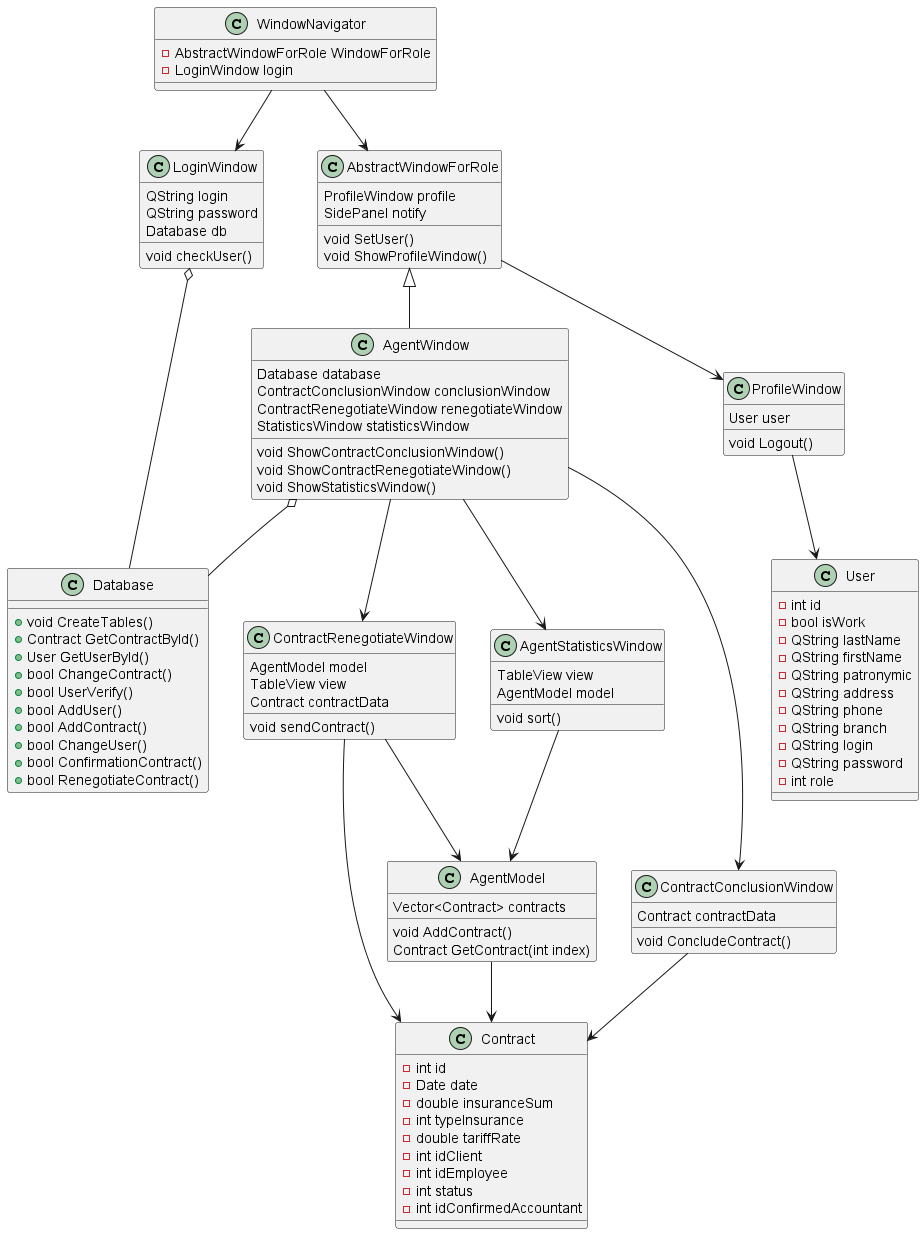
Earlier version of the PlantUML export out/Resource/Диаграмма классов/Агент.png (MiFit1/OSOGO).
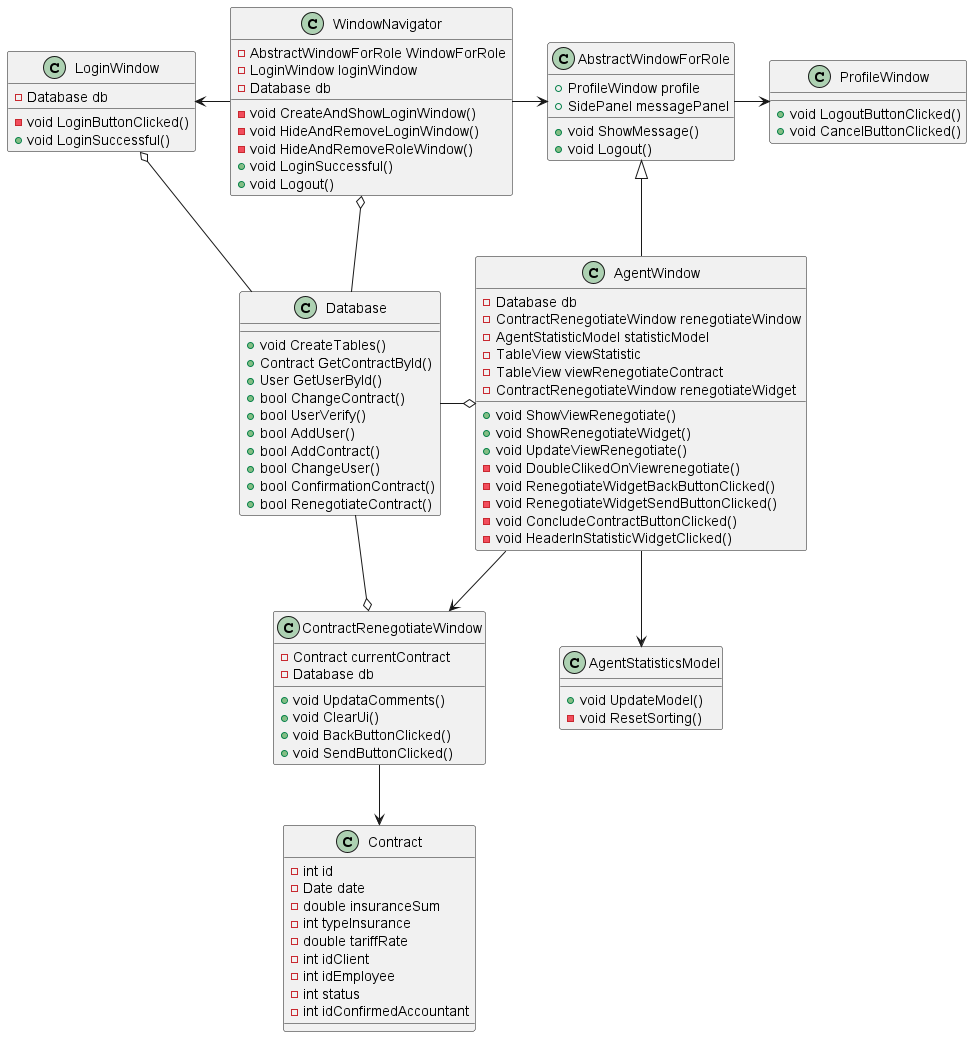
After the commit.

Change to the diagram source:
```diff
@@ -1,17 +1,4 @@
 @startuml
-class User{
-   -int id
-   -bool isWork
-   -QString lastName
-   -QString firstName
-   -QString patronymic
-   -QString address
-   -QString phone
-   -QString branch
-   -QString login
-   -QString password
-   -int role
-}
 
 class Contract{
    -int id
@@ -26,45 +13,46 @@
 }
 
 class ProfileWindow{
-   User user
-   void Logout()
+   +void LogoutButtonClicked()
+   +void CancelButtonClicked()
 }
 
 class  LoginWindow{
-   QString login
-   QString password
-   Database db
-   void checkUser()
-}
-
-class ContractConclusionWindow{
-   Contract contractData
-   void ConcludeContract()
+   -Database db
+   -void LoginButtonClicked()
+   +void LoginSuccessful()
 }
 
 class ContractRenegotiateWindow{
-   AgentModel model
-   TableView view
-   Contract contractData
-   void sendContract()
+   -Contract currentContract
+   -Database db
+   +void UpdataComments()
+   +void ClearUi()
+   +void BackButtonClicked()
+   +void SendButtonClicked()
 }
 
-class AgentStatisticsWindow{
-   TableView view
-   AgentModel model
-   void sort()
+class AgentStatisticsModel{
+   +void UpdateModel()
+   -void ResetSorting()
 }
 
 class AbstractWindowForRole{
-   ProfileWindow profile
-   SidePanel notify
-   void SetUser()
-   void ShowProfileWindow()
+   +ProfileWindow profile
+   +SidePanel messagePanel
+   +void ShowMessage()
+   +void Logout()
 }
 
 class WindowNavigator{
    -AbstractWindowForRole WindowForRole
-   -LoginWindow login
+   -LoginWindow loginWindow
+   -Database db
+   -void CreateAndShowLoginWindow()
+   -void HideAndRemoveLoginWindow()
+   -void HideAndRemoveRoleWindow()
+   +void LoginSuccessful()
+   +void Logout()
 }
 
 class Database {
@@ -80,39 +68,36 @@
    +bool RenegotiateContract()
 }
 
+
 class AgentWindow{
-   Database database
-   ContractConclusionWindow conclusionWindow
-   ContractRenegotiateWindow renegotiateWindow
-   StatisticsWindow statisticsWindow
-   void ShowContractConclusionWindow()
-   void ShowContractRenegotiateWindow()
-   void ShowStatisticsWindow()
+   -Database db
+   -ContractRenegotiateWindow renegotiateWindow
+   -AgentStatisticModel statisticModel
+   -TableView viewStatistic
+   -TableView viewRenegotiateContract
+   -ContractRenegotiateWindow renegotiateWidget
+   +void ShowViewRenegotiate()
+   +void ShowRenegotiateWidget()
+   +void UpdateViewRenegotiate()
+   -void DoubleClikedOnViewrenegotiate()
+   -void RenegotiateWidgetBackButtonClicked()
+   -void RenegotiateWidgetSendButtonClicked()
+   -void ConcludeContractButtonClicked()
+   -void HeaderInStatisticWidgetClicked()
 }
 
-class AgentModel{
-   Vector<Contract> contracts
-   void AddContract()
-   Contract GetContract(int index)
-}
 
 AbstractWindowForRole <|-- AgentWindow
-AgentWindow o-- Database
-WindowNavigator --> AbstractWindowForRole
-WindowNavigator --> LoginWindow
-AgentWindow --> ContractConclusionWindow
+AgentWindow o-l- Database
+WindowNavigator o-- Database
+WindowNavigator -r-> AbstractWindowForRole
+WindowNavigator -l-> LoginWindow
 AgentWindow --> ContractRenegotiateWindow
-AgentWindow --> AgentStatisticsWindow
-AgentStatisticsWindow --> AgentModel
-AbstractWindowForRole --> ProfileWindow
-AgentModel --> Contract
-ProfileWindow --> User
+AgentWindow --> AgentStatisticsModel
+AbstractWindowForRole -r-> ProfileWindow
 
-
-ContractConclusionWindow --> Contract
 ContractRenegotiateWindow --> Contract
-ContractRenegotiateWindow --> AgentModel
+ContractRenegotiateWindow o-- Database
 
 LoginWindow o-- Database
-
 @enduml
```
